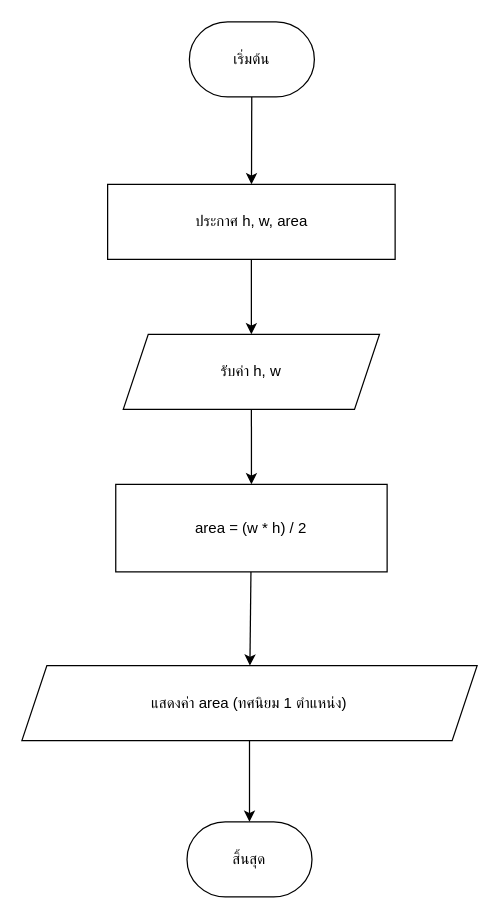
Before: homework/hw04/hw04-4.drawio in maythiwat/ENGCE117, a draw.io diagram. Source tidied: cells renumbered, new cells numbered last; positions are measured from the earlier drawing's top-left corner, leaving out a move shared by most shapes. Both pictures are drawn from the tidied source at 125%, with x=0, y=0 at pixel (21, 21).
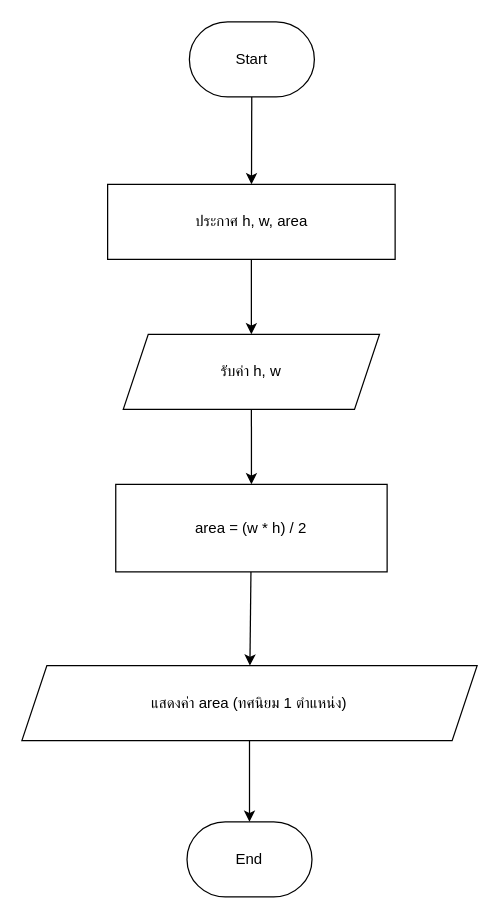
After the change.

The edit, as a diff of the source:
```diff
@@
 <mxGraphModel>
   <root>
     <mxCell id="0" />
     <mxCell id="1" parent="0" />
     <mxCell id="2" style="edgeStyle=none;html=1;" parent="1" edge="1" source="3" target="5">
       <mxGeometry relative="1" as="geometry" />
     </mxCell>
     <mxCell id="3" value="ประกาศ h, w, area" style="rounded=0;whiteSpace=wrap;html=1;" parent="1" vertex="1">
       <mxGeometry x="68.6" y="130" width="230" height="60" as="geometry" />
     </mxCell>
     <mxCell id="4" style="edgeStyle=none;html=1;entryX=0.5;entryY=0;entryDx=0;entryDy=0;" parent="1" edge="1" source="5" target="9">
       <mxGeometry relative="1" as="geometry" />
     </mxCell>
     <mxCell id="5" value="รับค่า h, w" style="shape=parallelogram;perimeter=parallelogramPerimeter;whiteSpace=wrap;html=1;fixedSize=1;" parent="1" vertex="1">
       <mxGeometry x="81.1" y="250" width="205" height="60" as="geometry" />
     </mxCell>
     <mxCell id="6" style="edgeStyle=none;html=1;" parent="1" edge="1" source="7" target="10">
       <mxGeometry relative="1" as="geometry" />
     </mxCell>
     <mxCell id="7" value="แสดงค่า area (ทศนิยม 1 ตำแหน่ง)" style="shape=parallelogram;perimeter=parallelogramPerimeter;whiteSpace=wrap;html=1;fixedSize=1;" parent="1" vertex="1">
       <mxGeometry y="515" width="364.2" height="60" as="geometry" />
     </mxCell>
     <mxCell id="8" style="edgeStyle=none;html=1;" parent="1" edge="1" source="9" target="7">
       <mxGeometry relative="1" as="geometry" />
     </mxCell>
     <mxCell id="9" value="area = (w * h) / 2" style="rounded=0;whiteSpace=wrap;html=1;" parent="1" vertex="1">
       <mxGeometry x="75.1" y="370" width="217.1" height="70" as="geometry" />
     </mxCell>
-    <mxCell id="10" value="สิ้นสุด" style="strokeWidth=1;html=1;shape=mxgraph.flowchart.terminator;whiteSpace=wrap;" parent="1" vertex="1">
+    <mxCell id="10" value="End" style="strokeWidth=1;html=1;shape=mxgraph.flowchart.terminator;whiteSpace=wrap;" parent="1" vertex="1">
       <mxGeometry x="132.1" y="640" width="100" height="60" as="geometry" />
     </mxCell>
     <mxCell id="11" style="edgeStyle=none;html=1;" parent="1" edge="1" source="12" target="3">
       <mxGeometry relative="1" as="geometry" />
     </mxCell>
-    <mxCell id="12" value="เริ่มต้น" style="strokeWidth=1;html=1;shape=mxgraph.flowchart.terminator;whiteSpace=wrap;" parent="1" vertex="1">
+    <mxCell id="12" value="Start" style="strokeWidth=1;html=1;shape=mxgraph.flowchart.terminator;whiteSpace=wrap;" parent="1" vertex="1">
       <mxGeometry x="134" width="100" height="60" as="geometry" />
     </mxCell>
   </root>
 </mxGraphModel>
```
